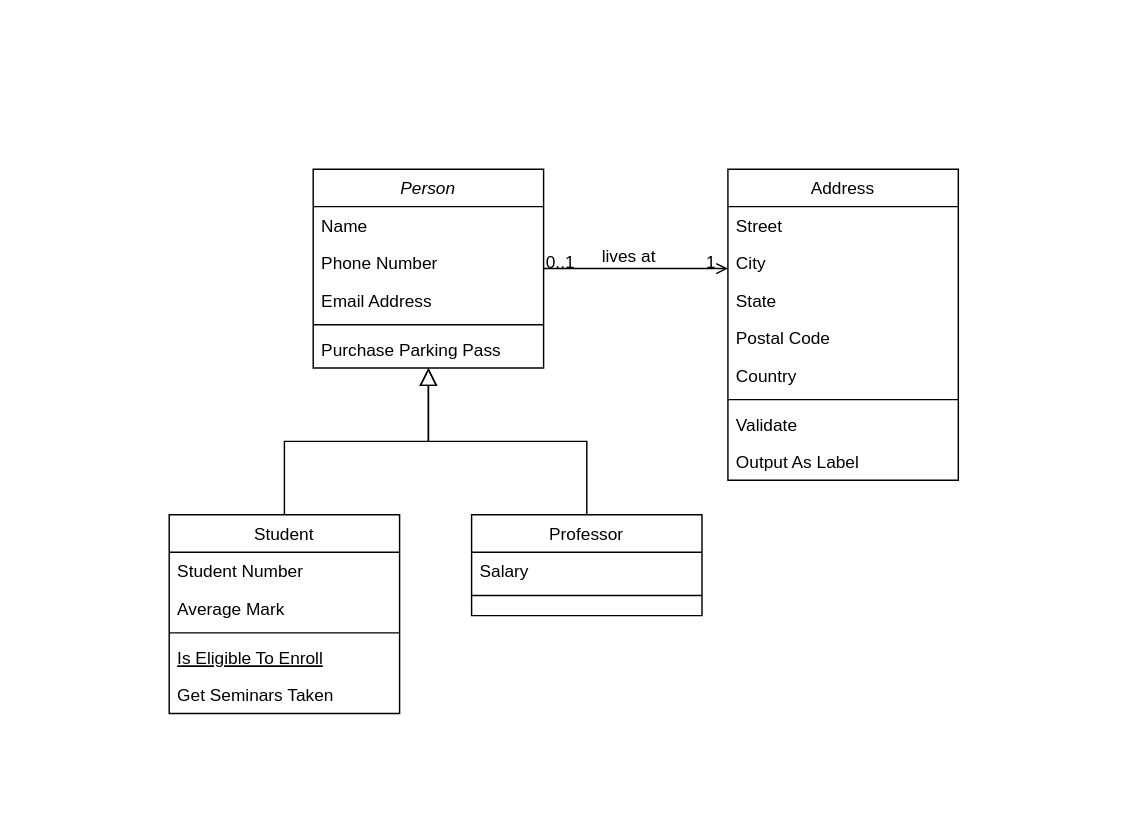
This is diagrams/Untitled Diagram.drawio from AK-SoloQ/microservices-casts, a draw.io file, before an edit. Source tidied: cells renumbered, new cells numbered last; positions are measured from the earlier drawing's top-left corner, leaving out a move shared by most shapes. Both pictures are drawn from the tidied source at 144%, with x=0, y=0 at pixel (168, 168).
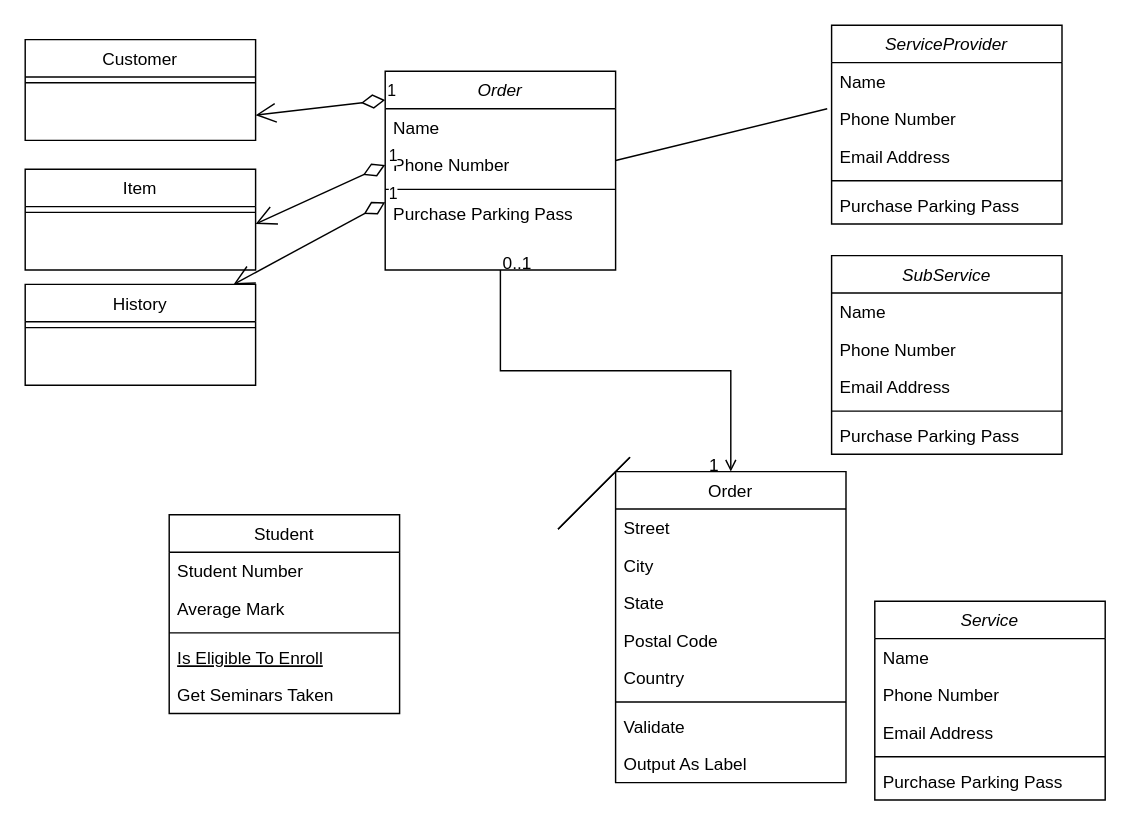
The same diagram, later.

Unchanged cells that the change refers to:
```xml
<mxCell id="4" value="Phone Number" style="text;align=left;verticalAlign=top;spacingLeft=4;spacingRight=4;overflow=hidden;points=[[0,0.5],[1,0.5]];portConstraint=eastwest;rounded=0;shadow=0;html=0;" parent="2" vertex="1">
  <mxGeometry y="52" width="160" height="26" as="geometry" />
</mxCell>
<mxCell id="8" value="Student" style="swimlane;fontStyle=0;align=center;verticalAlign=top;horizontal=1;startSize=26;rounded=0;shadow=0;strokeWidth=1;" parent="1" vertex="1">
  <mxGeometry y="240" width="160" height="138" as="geometry" />
</mxCell>
<mxCell id="28" style="endArrow=open;shadow=0;strokeWidth=1;rounded=0;endFill=1;edgeStyle=elbowEdgeStyle;elbow=vertical;" parent="1" edge="1" source="2" target="19">
  <mxGeometry x="0.5" y="41" relative="1" as="geometry">
    <mxPoint x="-40" y="32" as="offset" />
  </mxGeometry>
</mxCell>
```

What changed in the source:
```diff
@@
-    <mxCell id="2" value="Person" style="swimlane;fontStyle=2;align=center;verticalAlign=top;horizontal=1;startSize=26;rounded=0;shadow=0;strokeWidth=1;" parent="1" vertex="1">
-      <mxGeometry x="100" width="160" height="138" as="geometry" />
+    <mxCell id="2" value="Order" style="swimlane;fontStyle=2;align=center;verticalAlign=top;horizontal=1;startSize=26;rounded=0;shadow=0;strokeWidth=1;" parent="1" vertex="1">
+      <mxGeometry x="150" y="-68" width="160" height="138" as="geometry" />
     </mxCell>
@@
-    <mxCell id="5" value="Email Address" style="text;align=left;verticalAlign=top;spacingLeft=4;spacingRight=4;overflow=hidden;rounded=0;shadow=0;html=0;" parent="2" vertex="1">
-      <mxGeometry y="78" width="160" height="26" as="geometry" />
-    </mxCell>
     <mxCell id="6" style="line;html=1;strokeWidth=1;align=left;verticalAlign=middle;spacingTop=-1;spacingLeft=3;spacingRight=3;labelPosition=right;" parent="2" vertex="1">
-      <mxGeometry y="104" width="160" height="8" as="geometry" />
+      <mxGeometry y="78" width="160" height="8" as="geometry" />
     </mxCell>
     <mxCell id="7" value="Purchase Parking Pass" style="text;align=left;verticalAlign=top;spacingLeft=4;spacingRight=4;overflow=hidden;" parent="2" vertex="1">
-      <mxGeometry y="112" width="160" height="26" as="geometry" />
+      <mxGeometry y="86" width="160" height="26" as="geometry" />
     </mxCell>
@@
-    <mxCell id="14" style="endArrow=block;endSize=10;endFill=0;shadow=0;strokeWidth=1;rounded=0;edgeStyle=elbowEdgeStyle;elbow=vertical;" parent="1" edge="1" source="8" target="2">
-      <mxGeometry relative="1" as="geometry" />
-    </mxCell>
-    <mxCell id="15" value="Professor" style="swimlane;fontStyle=0;align=center;verticalAlign=top;horizontal=1;startSize=26;rounded=0;shadow=0;strokeWidth=1;" parent="1" vertex="1">
-      <mxGeometry x="210" y="240" width="160" height="70" as="geometry" />
+    <mxCell id="15" value="Item" style="swimlane;fontStyle=0;align=center;verticalAlign=top;horizontal=1;startSize=26;rounded=0;shadow=0;strokeWidth=1;" parent="1" vertex="1">
+      <mxGeometry x="-100" width="160" height="70" as="geometry" />
     </mxCell>
-    <mxCell id="16" value="Salary" style="text;align=left;verticalAlign=top;spacingLeft=4;spacingRight=4;overflow=hidden;" parent="15" vertex="1">
-      <mxGeometry y="26" width="160" height="26" as="geometry" />
-    </mxCell>
     <mxCell id="17" style="line;html=1;strokeWidth=1;align=left;verticalAlign=middle;spacingTop=-1;spacingLeft=3;spacingRight=3;labelPosition=right;" parent="15" vertex="1">
-      <mxGeometry y="52" width="160" height="8" as="geometry" />
+      <mxGeometry y="26" width="160" height="8" as="geometry" />
     </mxCell>
-    <mxCell id="18" style="endArrow=block;endSize=10;endFill=0;shadow=0;strokeWidth=1;rounded=0;edgeStyle=elbowEdgeStyle;elbow=vertical;" parent="1" edge="1" source="15" target="2">
-      <mxGeometry relative="1" as="geometry" />
-    </mxCell>
-    <mxCell id="19" value="Address" style="swimlane;fontStyle=0;align=center;verticalAlign=top;horizontal=1;startSize=26;rounded=0;shadow=0;strokeWidth=1;" parent="1" vertex="1">
-      <mxGeometry x="388" width="160" height="216" as="geometry" />
+    <mxCell id="19" value="Order" style="swimlane;fontStyle=0;align=center;verticalAlign=top;horizontal=1;startSize=26;rounded=0;shadow=0;strokeWidth=1;" parent="1" vertex="1">
+      <mxGeometry x="310" y="210" width="160" height="216" as="geometry" />
     </mxCell>
@@
-    <mxCell id="31" value="lives at" style="text;html=1;align=center;verticalAlign=middle;labelBackgroundColor=none;rounded=0;shadow=0;strokeWidth=1;fontSize=12;" parent="28" vertex="1">
-      <mxGeometry x="0.5" y="49" relative="1" as="geometry">
-        <mxPoint x="-38" y="40" as="offset" />
-      </mxGeometry>
-    </mxCell>
+    <mxCell id="32" value="Customer" style="swimlane;fontStyle=0;align=center;verticalAlign=top;horizontal=1;startSize=26;rounded=0;shadow=0;strokeWidth=1;" parent="1" vertex="1">
+      <mxGeometry x="-100" y="-90" width="160" height="70" as="geometry" />
+    </mxCell>
+    <mxCell id="33" style="line;html=1;strokeWidth=1;align=left;verticalAlign=middle;spacingTop=-1;spacingLeft=3;spacingRight=3;labelPosition=right;" parent="32" vertex="1">
+      <mxGeometry y="26" width="160" height="8" as="geometry" />
+    </mxCell>
+    <mxCell id="34" value="History" style="swimlane;fontStyle=0;align=center;verticalAlign=top;horizontal=1;startSize=26;rounded=0;shadow=0;strokeWidth=1;" parent="1" vertex="1">
+      <mxGeometry x="-100" y="80" width="160" height="70" as="geometry" />
+    </mxCell>
+    <mxCell id="35" style="line;html=1;strokeWidth=1;align=left;verticalAlign=middle;spacingTop=-1;spacingLeft=3;spacingRight=3;labelPosition=right;" parent="34" vertex="1">
+      <mxGeometry y="26" width="160" height="8" as="geometry" />
+    </mxCell>
+    <mxCell id="36" value="1" style="endArrow=open;html=1;endSize=12;startArrow=diamondThin;startSize=14;startFill=0;align=left;verticalAlign=bottom;exitX=0;exitY=0.145;exitDx=0;exitDy=0;exitPerimeter=0;entryX=1;entryY=0.75;entryDx=0;entryDy=0;" parent="1" edge="1" source="2" target="32">
+      <mxGeometry x="-1" y="3" relative="1" as="geometry" />
+    </mxCell>
+    <mxCell id="37" value="1" style="endArrow=open;html=1;endSize=12;startArrow=diamondThin;startSize=14;startFill=0;align=left;verticalAlign=bottom;exitX=0;exitY=0.5;exitDx=0;exitDy=0;entryX=1;entryY=0.75;entryDx=0;entryDy=0;" parent="1" edge="1" source="4">
+      <mxGeometry x="-1" y="3" relative="1" as="geometry">
+        <mxPoint x="60" y="38" as="targetPoint" />
+      </mxGeometry>
+    </mxCell>
+    <mxCell id="38" value="1" style="endArrow=open;html=1;endSize=12;startArrow=diamondThin;startSize=14;startFill=0;align=left;verticalAlign=bottom;exitX=0;exitY=0.5;exitDx=0;exitDy=0;" parent="1" edge="1" target="34">
+      <mxGeometry x="-1" y="3" relative="1" as="geometry">
+        <mxPoint x="150" y="23" as="sourcePoint" />
+      </mxGeometry>
+    </mxCell>
+    <mxCell id="39" value="ServiceProvider" style="swimlane;fontStyle=2;align=center;verticalAlign=top;horizontal=1;startSize=26;rounded=0;shadow=0;strokeWidth=1;" parent="1" vertex="1">
+      <mxGeometry x="460" y="-100" width="160" height="138" as="geometry" />
+    </mxCell>
+    <mxCell id="40" value="Name" style="text;align=left;verticalAlign=top;spacingLeft=4;spacingRight=4;overflow=hidden;" parent="39" vertex="1">
+      <mxGeometry y="26" width="160" height="26" as="geometry" />
+    </mxCell>
+    <mxCell id="41" value="Phone Number" style="text;align=left;verticalAlign=top;spacingLeft=4;spacingRight=4;overflow=hidden;points=[[0,0.5],[1,0.5]];portConstraint=eastwest;rounded=0;shadow=0;html=0;" parent="39" vertex="1">
+      <mxGeometry y="52" width="160" height="26" as="geometry" />
+    </mxCell>
+    <mxCell id="42" value="Email Address" style="text;align=left;verticalAlign=top;spacingLeft=4;spacingRight=4;overflow=hidden;rounded=0;shadow=0;html=0;" parent="39" vertex="1">
+      <mxGeometry y="78" width="160" height="26" as="geometry" />
+    </mxCell>
+    <mxCell id="43" style="line;html=1;strokeWidth=1;align=left;verticalAlign=middle;spacingTop=-1;spacingLeft=3;spacingRight=3;labelPosition=right;" parent="39" vertex="1">
+      <mxGeometry y="104" width="160" height="8" as="geometry" />
+    </mxCell>
+    <mxCell id="44" value="Purchase Parking Pass" style="text;align=left;verticalAlign=top;spacingLeft=4;spacingRight=4;overflow=hidden;" parent="39" vertex="1">
+      <mxGeometry y="112" width="160" height="26" as="geometry" />
+    </mxCell>
+    <mxCell id="45" value="SubService" style="swimlane;fontStyle=2;align=center;verticalAlign=top;horizontal=1;startSize=26;rounded=0;shadow=0;strokeWidth=1;" parent="1" vertex="1">
+      <mxGeometry x="460" y="60" width="160" height="138" as="geometry" />
+    </mxCell>
+    <mxCell id="46" value="Name" style="text;align=left;verticalAlign=top;spacingLeft=4;spacingRight=4;overflow=hidden;" parent="45" vertex="1">
+      <mxGeometry y="26" width="160" height="26" as="geometry" />
+    </mxCell>
+    <mxCell id="47" value="Phone Number" style="text;align=left;verticalAlign=top;spacingLeft=4;spacingRight=4;overflow=hidden;rounded=0;shadow=0;html=0;" parent="45" vertex="1">
+      <mxGeometry y="52" width="160" height="26" as="geometry" />
+    </mxCell>
+    <mxCell id="48" value="Email Address" style="text;align=left;verticalAlign=top;spacingLeft=4;spacingRight=4;overflow=hidden;rounded=0;shadow=0;html=0;" parent="45" vertex="1">
+      <mxGeometry y="78" width="160" height="26" as="geometry" />
+    </mxCell>
+    <mxCell id="49" style="line;html=1;strokeWidth=1;align=left;verticalAlign=middle;spacingTop=-1;spacingLeft=3;spacingRight=3;labelPosition=right;" parent="45" vertex="1">
+      <mxGeometry y="104" width="160" height="8" as="geometry" />
+    </mxCell>
+    <mxCell id="50" value="Purchase Parking Pass" style="text;align=left;verticalAlign=top;spacingLeft=4;spacingRight=4;overflow=hidden;" parent="45" vertex="1">
+      <mxGeometry y="112" width="160" height="26" as="geometry" />
+    </mxCell>
+    <mxCell id="51" value="Service" style="swimlane;fontStyle=2;align=center;verticalAlign=top;horizontal=1;startSize=26;rounded=0;shadow=0;strokeWidth=1;" parent="1" vertex="1">
+      <mxGeometry x="490" y="300" width="160" height="138" as="geometry" />
+    </mxCell>
+    <mxCell id="52" value="Name" style="text;align=left;verticalAlign=top;spacingLeft=4;spacingRight=4;overflow=hidden;" parent="51" vertex="1">
+      <mxGeometry y="26" width="160" height="26" as="geometry" />
+    </mxCell>
+    <mxCell id="53" value="Phone Number" style="text;align=left;verticalAlign=top;spacingLeft=4;spacingRight=4;overflow=hidden;rounded=0;shadow=0;html=0;" parent="51" vertex="1">
+      <mxGeometry y="52" width="160" height="26" as="geometry" />
+    </mxCell>
+    <mxCell id="54" value="Email Address" style="text;align=left;verticalAlign=top;spacingLeft=4;spacingRight=4;overflow=hidden;rounded=0;shadow=0;html=0;" parent="51" vertex="1">
+      <mxGeometry y="78" width="160" height="26" as="geometry" />
+    </mxCell>
+    <mxCell id="55" style="line;html=1;strokeWidth=1;align=left;verticalAlign=middle;spacingTop=-1;spacingLeft=3;spacingRight=3;labelPosition=right;" parent="51" vertex="1">
+      <mxGeometry y="104" width="160" height="8" as="geometry" />
+    </mxCell>
+    <mxCell id="56" value="Purchase Parking Pass" style="text;align=left;verticalAlign=top;spacingLeft=4;spacingRight=4;overflow=hidden;" parent="51" vertex="1">
+      <mxGeometry y="112" width="160" height="26" as="geometry" />
+    </mxCell>
+    <mxCell id="57" style="endArrow=none;html=1;" parent="1" edge="1">
+      <mxGeometry relative="1" as="geometry">
+        <mxPoint x="270" y="250" as="sourcePoint" />
+        <mxPoint x="320" y="200" as="targetPoint" />
+      </mxGeometry>
+    </mxCell>
+    <mxCell id="58" style="endArrow=none;html=1;entryX=-0.019;entryY=0.231;entryDx=0;entryDy=0;entryPerimeter=0;" parent="1" edge="1" target="41">
+      <mxGeometry relative="1" as="geometry">
+        <mxPoint x="310" y="-6" as="sourcePoint" />
+      </mxGeometry>
+    </mxCell>
+    <mxCell id="59" style="endArrow=none;html=1;" parent="1" edge="1">
+      <mxGeometry relative="1" as="geometry">
+        <mxPoint x="270" y="250" as="sourcePoint" />
+        <mxPoint x="320" y="200" as="targetPoint" />
+      </mxGeometry>
+    </mxCell>
```
